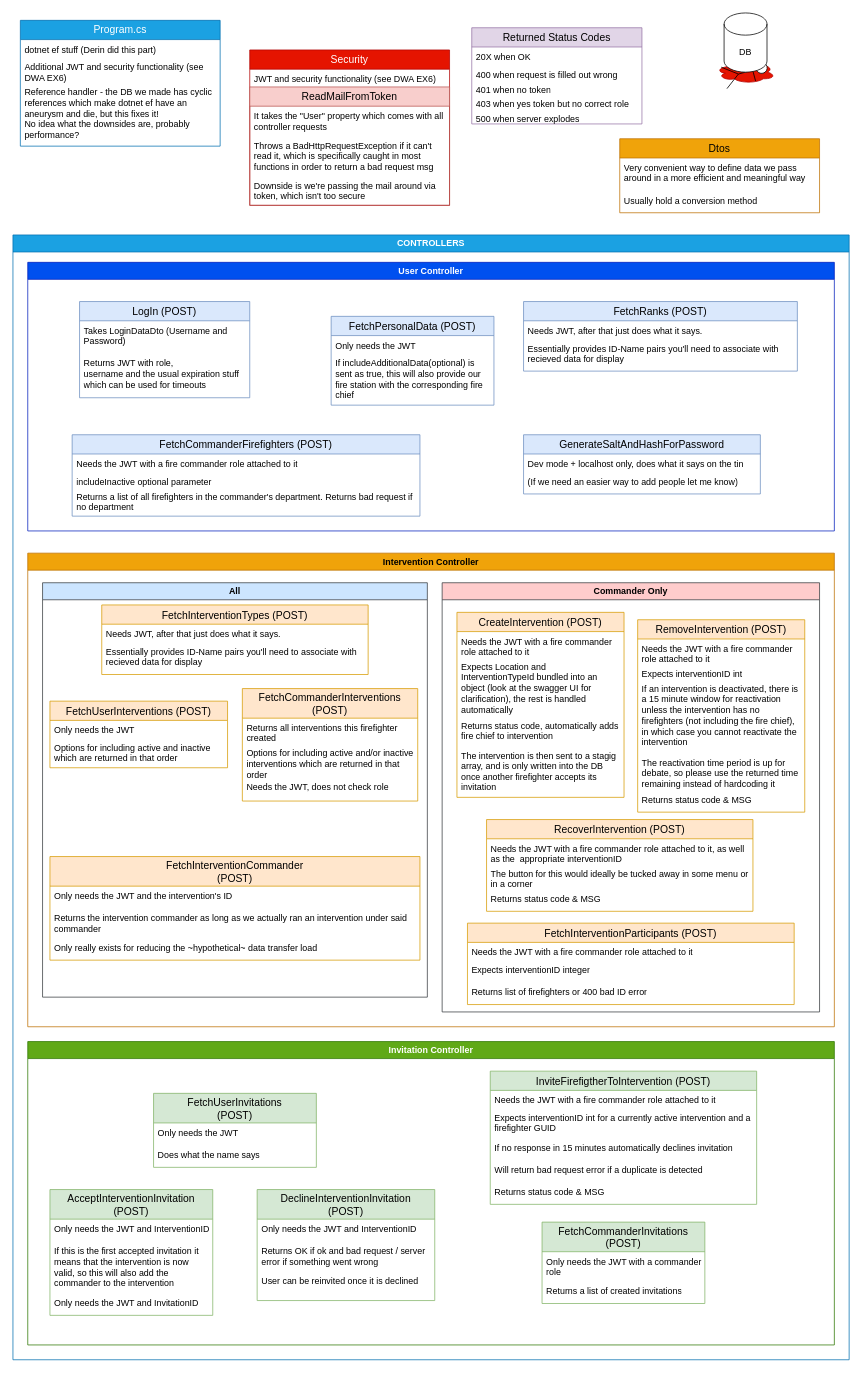
Team561/FIS-API keeps this draw.io diagram as API/API_MAP_v2.drawio. Above is the earlier version. Source tidied: cells renumbered, new cells numbered last; positions are measured from the earlier drawing's top-left corner, leaving out a move shared by most shapes. Both pictures are drawn from the tidied source at 74%, with x=0, y=0 at pixel (13, 13).
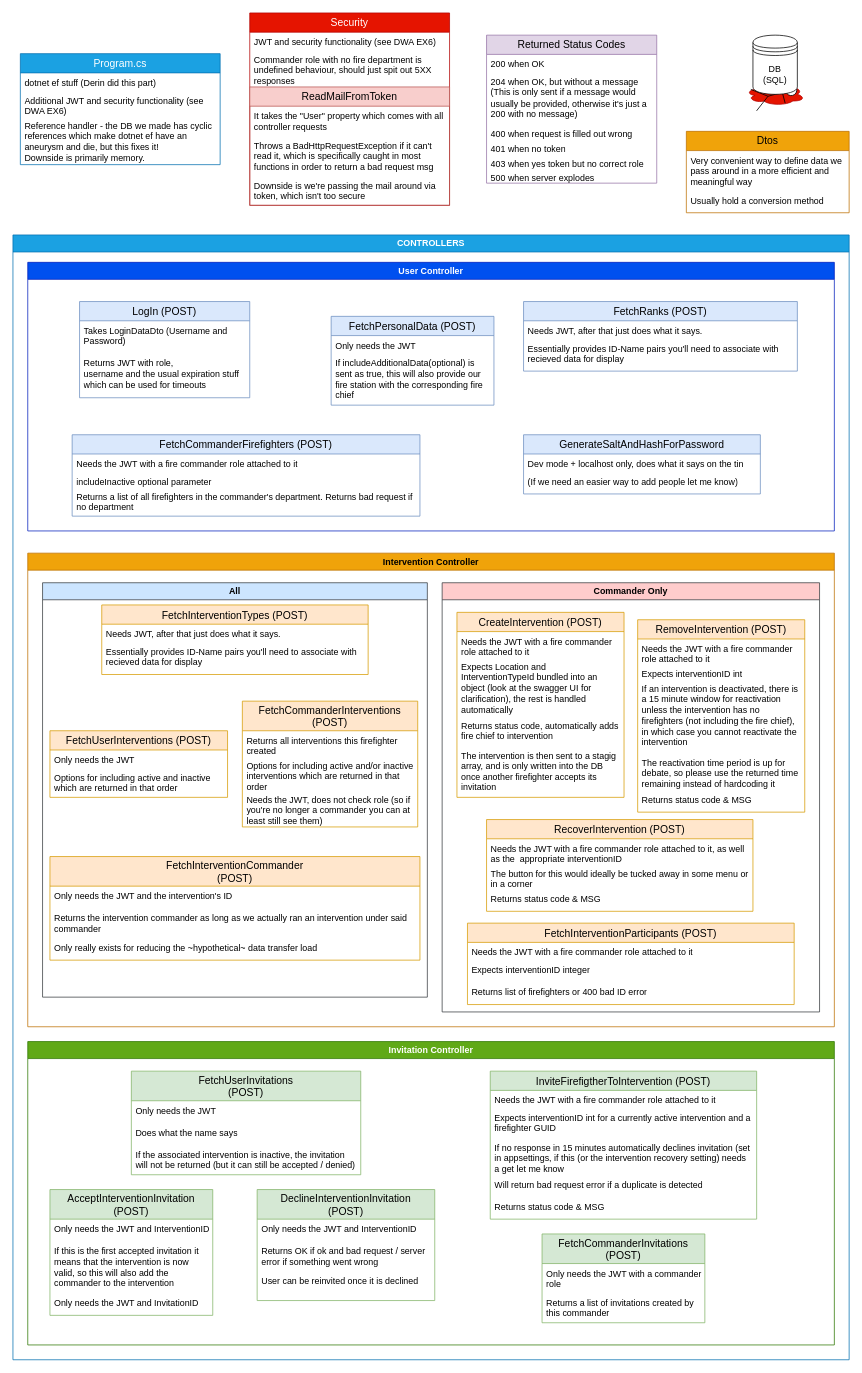
After the change.

The change refers to these unchanged cells:
```xml
<mxCell id="20" value="All" style="swimlane;whiteSpace=wrap;html=1;fillColor=#cce5ff;strokeColor=#36393d;" parent="19" vertex="1">
  <mxGeometry x="20" y="40" width="520" height="560" as="geometry" />
</mxCell>
<mxCell id="72" value="Invitation Controller" style="swimlane;whiteSpace=wrap;html=1;fillColor=#60a917;fontColor=#ffffff;strokeColor=#2D7600;" parent="18" vertex="1">
  <mxGeometry x="20" y="1090" width="1090" height="410" as="geometry" />
</mxCell>
```

Diff of the diagram source:
```diff
@@
     <mxCell id="2" style="ellipse;shape=cloud;whiteSpace=wrap;html=1;fillColor=#e51400;fontColor=#ffffff;strokeColor=#B20000;" parent="1" vertex="1">
-      <mxGeometry x="950" y="65" width="80" height="30" as="geometry" />
+      <mxGeometry x="990" y="95" width="80" height="30" as="geometry" />
     </mxCell>
     <mxCell id="3" style="shape=umlActor;verticalLabelPosition=bottom;verticalAlign=top;html=1;rotation=75;" parent="1" vertex="1">
-      <mxGeometry x="975" y="50" width="30" height="60" as="geometry" />
+      <mxGeometry x="1015" y="80" width="30" height="60" as="geometry" />
     </mxCell>
-    <mxCell id="4" value="DB" style="shape=cylinder3;whiteSpace=wrap;html=1;boundedLbl=1;backgroundOutline=1;size=15;" parent="1" vertex="1">
-      <mxGeometry x="961" width="58" height="80" as="geometry" />
-    </mxCell>
     <mxCell id="5" value="Program.cs" style="swimlane;fontStyle=0;horizontal=1;startSize=26;align=center;fontSize=14;whiteSpace=wrap;fillColor=#1ba1e2;strokeColor=#006EAF;fontColor=#ffffff;" parent="1" vertex="1">
-      <mxGeometry x="10" y="10" width="270" height="170" as="geometry" />
+      <mxGeometry x="10" y="55" width="270" height="150" as="geometry" />
     </mxCell>
@@
-    <mxCell id="8" value="Reference handler - the DB we made has cyclic references which make dotnet ef have an aneurysm and die, but this fixes it!&#10;No idea what the downsides are, probably performance?" style="text;strokeColor=none;fillColor=none;spacingLeft=4;spacingRight=4;overflow=hidden;fontSize=12;whiteSpace=wrap;" parent="5" vertex="1">
-      <mxGeometry y="84" width="270" height="86" as="geometry" />
+    <mxCell id="8" value="Reference handler - the DB we made has cyclic references which make dotnet ef have an aneurysm and die, but this fixes it!&#10;Downside is primarily memory." style="text;strokeColor=none;fillColor=none;spacingLeft=4;spacingRight=4;overflow=hidden;fontSize=12;whiteSpace=wrap;" parent="5" vertex="1">
+      <mxGeometry y="84" width="270" height="66" as="geometry" />
     </mxCell>
     <mxCell id="9" value="Security" style="swimlane;fontStyle=0;horizontal=1;startSize=26;align=center;fontSize=14;whiteSpace=wrap;fillColor=#e51400;fontColor=#ffffff;strokeColor=#B20000;" parent="1" vertex="1">
-      <mxGeometry x="320" y="50" width="270" height="210" as="geometry" />
+      <mxGeometry x="320" width="270" height="260" as="geometry" />
     </mxCell>
@@
+    <mxCell id="99" value="Commander role with no fire department is undefined behaviour, should just spit out 5XX responses" style="text;strokeColor=none;fillColor=none;spacingLeft=4;spacingRight=4;overflow=hidden;fontSize=12;whiteSpace=wrap;" parent="9" vertex="1">
+      <mxGeometry y="50" width="270" height="50" as="geometry" />
+    </mxCell>
     <mxCell id="11" value="ReadMailFromToken" style="swimlane;fontStyle=0;horizontal=1;startSize=26;align=center;fontSize=14;whiteSpace=wrap;fillColor=#f8cecc;strokeColor=#b85450;" parent="9" vertex="1">
-      <mxGeometry y="50" width="270" height="160" as="geometry" />
+      <mxGeometry y="100" width="270" height="160" as="geometry" />
     </mxCell>
@@
     <mxCell id="15" value="Dtos" style="swimlane;fontStyle=0;horizontal=1;startSize=26;align=center;fontSize=14;whiteSpace=wrap;fillColor=#f0a30a;fontColor=#000000;strokeColor=#BD7000;" parent="1" vertex="1">
-      <mxGeometry x="820" y="170" width="270" height="100" as="geometry" />
+      <mxGeometry x="910" y="160" width="220" height="110" as="geometry" />
     </mxCell>
     <mxCell id="16" value="Very convenient way to define data we pass around in a more efficient and meaningful way" style="text;strokeColor=none;fillColor=none;spacingLeft=4;spacingRight=4;overflow=hidden;fontSize=12;whiteSpace=wrap;" parent="15" vertex="1">
-      <mxGeometry y="26" width="270" height="44" as="geometry" />
+      <mxGeometry y="26" width="220" height="54" as="geometry" />
     </mxCell>
     <mxCell id="17" value="Usually hold a conversion method" style="text;strokeColor=none;fillColor=none;spacingLeft=4;spacingRight=4;overflow=hidden;fontSize=12;whiteSpace=wrap;" parent="15" vertex="1">
-      <mxGeometry y="70" width="270" height="30" as="geometry" />
+      <mxGeometry y="80" width="220" height="30" as="geometry" />
     </mxCell>
@@
     <mxCell id="24" value="FetchUserInterventions (POST)" style="swimlane;fontStyle=0;horizontal=1;startSize=26;align=center;fontSize=14;fillColor=#ffe6cc;strokeColor=#d79b00;" parent="20" vertex="1">
-      <mxGeometry x="10" y="160" width="240" height="90" as="geometry" />
+      <mxGeometry x="10" y="200" width="240" height="90" as="geometry" />
     </mxCell>
@@
     <mxCell id="27" value="FetchCommanderInterventions&#10;(POST)" style="swimlane;fontStyle=0;horizontal=1;startSize=40;align=center;fontSize=14;fillColor=#ffe6cc;strokeColor=#d79b00;" parent="20" vertex="1">
-      <mxGeometry x="270" y="143" width="237" height="152" as="geometry" />
+      <mxGeometry x="270" y="160" width="237" height="170" as="geometry" />
     </mxCell>
@@
-    <mxCell id="30" value="Needs the JWT, does not check role" style="text;strokeColor=none;fillColor=none;spacingLeft=4;spacingRight=4;overflow=hidden;fontSize=12;whiteSpace=wrap;" parent="27" vertex="1">
-      <mxGeometry y="120" width="237" height="32" as="geometry" />
+    <mxCell id="30" value="Needs the JWT, does not check role (so if you're no longer a commander you can at least still see them)" style="text;strokeColor=none;fillColor=none;spacingLeft=4;spacingRight=4;overflow=hidden;fontSize=12;whiteSpace=wrap;" parent="27" vertex="1">
+      <mxGeometry y="120" width="237" height="50" as="geometry" />
     </mxCell>
@@
     <mxCell id="73" value="FetchUserInvitations&#10;(POST)" style="swimlane;fontStyle=0;horizontal=1;startSize=40;align=center;fontSize=14;fillColor=#d5e8d4;strokeColor=#82b366;" parent="72" vertex="1">
-      <mxGeometry x="170" y="70" width="220" height="100" as="geometry" />
+      <mxGeometry x="140" y="40" width="310" height="140" as="geometry" />
     </mxCell>
     <mxCell id="74" value="Only needs the JWT" style="text;strokeColor=none;fillColor=none;spacingLeft=4;spacingRight=4;overflow=hidden;fontSize=12;whiteSpace=wrap;" parent="73" vertex="1">
-      <mxGeometry y="40" width="220" height="30" as="geometry" />
+      <mxGeometry y="40" width="310" height="30" as="geometry" />
     </mxCell>
     <mxCell id="75" value="Does what the name says" style="text;strokeColor=none;fillColor=none;spacingLeft=4;spacingRight=4;overflow=hidden;fontSize=12;whiteSpace=wrap;" parent="73" vertex="1">
-      <mxGeometry y="70" width="220" height="30" as="geometry" />
+      <mxGeometry y="70" width="310" height="30" as="geometry" />
     </mxCell>
+    <mxCell id="100" value="If the associated intervention is inactive, the invitation will not be returned (but it can still be accepted / denied)" style="text;strokeColor=none;fillColor=none;spacingLeft=4;spacingRight=4;overflow=hidden;fontSize=12;whiteSpace=wrap;" parent="73" vertex="1">
+      <mxGeometry y="100" width="310" height="40" as="geometry" />
+    </mxCell>
@@
     <mxCell id="84" value="InviteFirefigtherToIntervention (POST)" style="swimlane;fontStyle=0;horizontal=1;startSize=26;align=center;fontSize=14;fillColor=#d5e8d4;strokeColor=#82b366;" parent="72" vertex="1">
-      <mxGeometry x="625" y="40" width="360" height="180" as="geometry" />
+      <mxGeometry x="625" y="40" width="360" height="200" as="geometry" />
     </mxCell>
@@
-    <mxCell id="87" value="If no response in 15 minutes automatically declines invitation" style="text;strokeColor=none;fillColor=none;spacingLeft=4;spacingRight=4;overflow=hidden;fontSize=12;whiteSpace=wrap;" parent="84" vertex="1">
-      <mxGeometry y="90" width="360" height="30" as="geometry" />
+    <mxCell id="87" value="If no response in 15 minutes automatically declines invitation (set in appsettings, if this (or the intervention recovery setting) needs a get let me know" style="text;strokeColor=none;fillColor=none;spacingLeft=4;spacingRight=4;overflow=hidden;fontSize=12;whiteSpace=wrap;" parent="84" vertex="1">
+      <mxGeometry y="90" width="360" height="50" as="geometry" />
     </mxCell>
     <mxCell id="88" value="Will return bad request error if a duplicate is detected" style="text;strokeColor=none;fillColor=none;spacingLeft=4;spacingRight=4;overflow=hidden;fontSize=12;whiteSpace=wrap;" parent="84" vertex="1">
-      <mxGeometry y="120" width="360" height="30" as="geometry" />
+      <mxGeometry y="140" width="360" height="30" as="geometry" />
     </mxCell>
     <mxCell id="89" value="Returns status code &amp; MSG" style="text;strokeColor=none;fillColor=none;spacingLeft=4;spacingRight=4;overflow=hidden;fontSize=12;whiteSpace=wrap;" parent="84" vertex="1">
-      <mxGeometry y="150" width="360" height="30" as="geometry" />
+      <mxGeometry y="170" width="360" height="30" as="geometry" />
     </mxCell>
     <mxCell id="90" value="FetchCommanderInvitations&#10;(POST)" style="swimlane;fontStyle=0;horizontal=1;startSize=40;align=center;fontSize=14;fillColor=#d5e8d4;strokeColor=#82b366;" parent="72" vertex="1">
-      <mxGeometry x="695" y="244" width="220" height="110" as="geometry" />
+      <mxGeometry x="695" y="260" width="220" height="120" as="geometry" />
     </mxCell>
@@
-    <mxCell id="92" value="Returns a list of created invitations" style="text;strokeColor=none;fillColor=none;spacingLeft=4;spacingRight=4;overflow=hidden;fontSize=12;whiteSpace=wrap;" parent="90" vertex="1">
-      <mxGeometry y="80" width="220" height="30" as="geometry" />
+    <mxCell id="92" value="Returns a list of invitations created by this commander" style="text;strokeColor=none;fillColor=none;spacingLeft=4;spacingRight=4;overflow=hidden;fontSize=12;whiteSpace=wrap;" parent="90" vertex="1">
+      <mxGeometry y="80" width="220" height="40" as="geometry" />
     </mxCell>
     <mxCell id="93" value="Returned Status Codes" style="swimlane;fontStyle=0;horizontal=1;startSize=26;align=center;fontSize=14;whiteSpace=wrap;fillColor=#e1d5e7;strokeColor=#9673a6;" parent="1" vertex="1">
-      <mxGeometry x="620" y="20" width="230" height="130" as="geometry" />
+      <mxGeometry x="640" y="30" width="230" height="200" as="geometry" />
     </mxCell>
-    <mxCell id="94" value="20X when OK" style="text;strokeColor=none;fillColor=none;spacingLeft=4;spacingRight=4;overflow=hidden;fontSize=12;whiteSpace=wrap;" parent="93" vertex="1">
+    <mxCell id="94" value="200 when OK" style="text;strokeColor=none;fillColor=none;spacingLeft=4;spacingRight=4;overflow=hidden;fontSize=12;whiteSpace=wrap;" parent="93" vertex="1">
       <mxGeometry y="26" width="230" height="24" as="geometry" />
     </mxCell>
+    <mxCell id="101" value="204 when OK, but without a message (This is only sent if a message would usually be provided, otherwise it's just a 200 with no message)" style="text;strokeColor=none;fillColor=none;spacingLeft=4;spacingRight=4;overflow=hidden;fontSize=12;whiteSpace=wrap;" parent="93" vertex="1">
+      <mxGeometry y="50" width="230" height="70" as="geometry" />
+    </mxCell>
     <mxCell id="95" value="400 when request is filled out wrong" style="text;strokeColor=none;fillColor=none;spacingLeft=4;spacingRight=4;overflow=hidden;fontSize=12;whiteSpace=wrap;" parent="93" vertex="1">
-      <mxGeometry y="50" width="230" height="20" as="geometry" />
+      <mxGeometry y="120" width="230" height="20" as="geometry" />
     </mxCell>
     <mxCell id="96" value="401 when no token" style="text;strokeColor=none;fillColor=none;spacingLeft=4;spacingRight=4;overflow=hidden;fontSize=12;whiteSpace=wrap;" parent="93" vertex="1">
-      <mxGeometry y="70" width="230" height="20" as="geometry" />
+      <mxGeometry y="140" width="230" height="20" as="geometry" />
     </mxCell>
     <mxCell id="97" value="403 when yes token but no correct role" style="text;strokeColor=none;fillColor=none;spacingLeft=4;spacingRight=4;overflow=hidden;fontSize=12;whiteSpace=wrap;" parent="93" vertex="1">
-      <mxGeometry y="90" width="230" height="20" as="geometry" />
+      <mxGeometry y="160" width="230" height="20" as="geometry" />
     </mxCell>
     <mxCell id="98" value="500 when server explodes" style="text;strokeColor=none;fillColor=none;spacingLeft=4;spacingRight=4;overflow=hidden;fontSize=12;whiteSpace=wrap;" parent="93" vertex="1">
-      <mxGeometry y="110" width="230" height="20" as="geometry" />
+      <mxGeometry y="180" width="230" height="20" as="geometry" />
     </mxCell>
+    <mxCell id="102" value="DB&lt;br&gt;(SQL)" style="shape=datastore;whiteSpace=wrap;html=1;" parent="1" vertex="1">
+      <mxGeometry x="1000" y="30" width="60" height="80" as="geometry" />
+    </mxCell>
```
